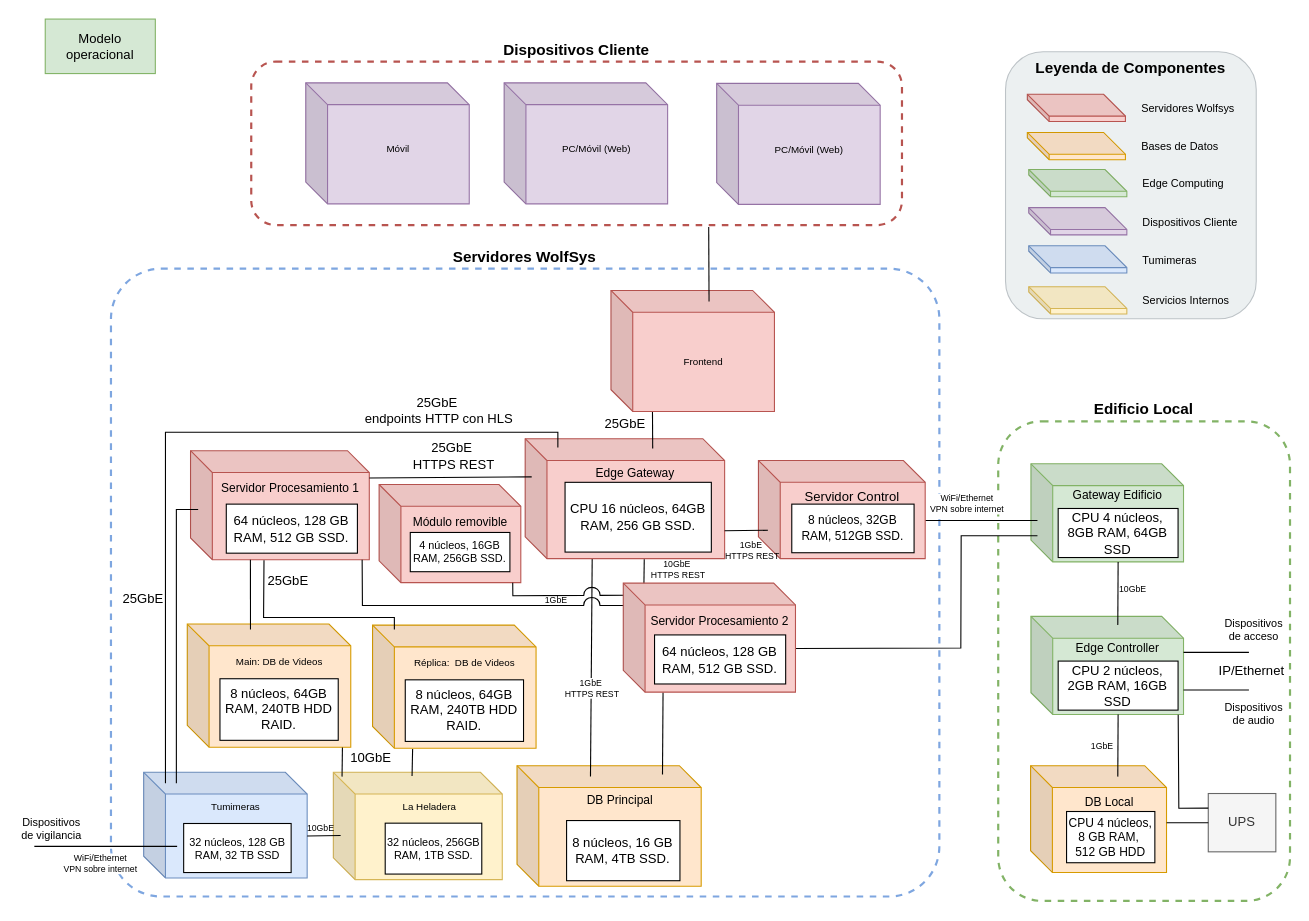
Before: Documentación de la arquitectura/Diagramas/Editables-drawio/Modelo-operacional.drawio in LIMoreno04/Caso-de-estudio---WolfSys---Arquitectura, a draw.io diagram. Source tidied: cells renumbered, new cells numbered last; positions are measured from the earlier drawing's top-left corner, leaving out a move shared by most shapes. Both pictures are drawn from the tidied source at 109%, with x=0, y=0 at pixel (19, 19).
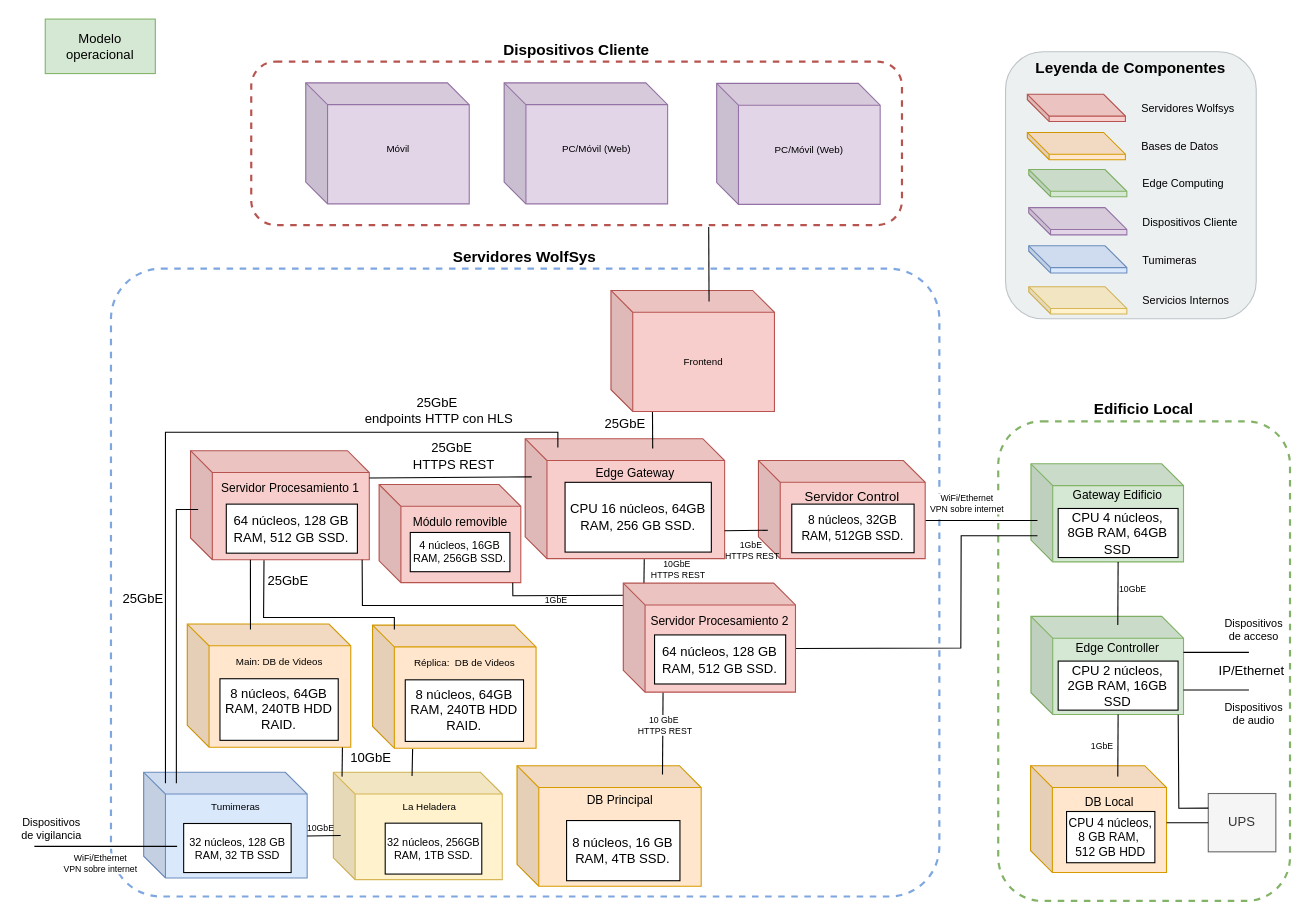
Above is the later version.

Unchanged cells that the change refers to:
```xml
<mxCell id="24" value="DB Principal&lt;br&gt;&lt;br&gt;&lt;div&gt;&lt;br&gt;&lt;/div&gt;&lt;div&gt;&lt;br&gt;&lt;/div&gt;&lt;div&gt;&lt;br&gt;&lt;/div&gt;&lt;div&gt;&lt;br&gt;&lt;/div&gt;" style="shape=cube;whiteSpace=wrap;html=1;boundedLbl=1;backgroundOutline=1;darkOpacity=0.05;darkOpacity2=0.1;fillColor=#ffe6cc;strokeColor=#d79b00;fontSize=11;fontStyle=0;" parent="23" vertex="1">
  <mxGeometry width="169" height="110.5" as="geometry" />
</mxCell>
<mxCell id="40" value="Edge Gateway&lt;div&gt;&lt;br&gt;&lt;/div&gt;&lt;div&gt;&lt;br&gt;&lt;/div&gt;&lt;div&gt;&lt;br&gt;&lt;/div&gt;&lt;div&gt;&lt;br&gt;&lt;/div&gt;&lt;div&gt;&lt;br&gt;&lt;/div&gt;" style="shape=cube;whiteSpace=wrap;html=1;boundedLbl=1;backgroundOutline=1;darkOpacity=0.05;darkOpacity2=0.1;fillColor=#f8cecc;strokeColor=#b85450;fontSize=11;fontStyle=0;" parent="39" vertex="1">
  <mxGeometry y="-10" width="183" height="110" as="geometry" />
</mxCell>
```

Diff of the diagram source:
```diff
@@
-    <mxCell id="26" style="endArrow=none;html=1;rounded=0;exitX=0.399;exitY=0.09;exitDx=0;exitDy=0;exitPerimeter=0;entryX=0.336;entryY=1.002;entryDx=0;entryDy=0;entryPerimeter=0;" parent="1" edge="1" source="24" target="40">
-      <mxGeometry relative="1" as="geometry" />
-    </mxCell>
@@
-    <mxCell id="93" value="1GbE&amp;nbsp;&lt;div&gt;HTTPS REST&lt;/div&gt;" style="text;html=1;align=center;verticalAlign=middle;whiteSpace=wrap;rounded=0;fontSize=8;labelBackgroundColor=default;" parent="1" vertex="1">
-      <mxGeometry x="484" y="599" width="84" height="30" as="geometry" />
-    </mxCell>
@@
+    <mxCell id="108" value="10 GbE&amp;nbsp;&lt;div&gt;HTTPS REST&lt;/div&gt;" style="text;html=1;align=center;verticalAlign=middle;whiteSpace=wrap;rounded=0;fontSize=8;labelBackgroundColor=default;" parent="1" vertex="1">
+      <mxGeometry x="551" y="633" width="84" height="30" as="geometry" />
+    </mxCell>
```
